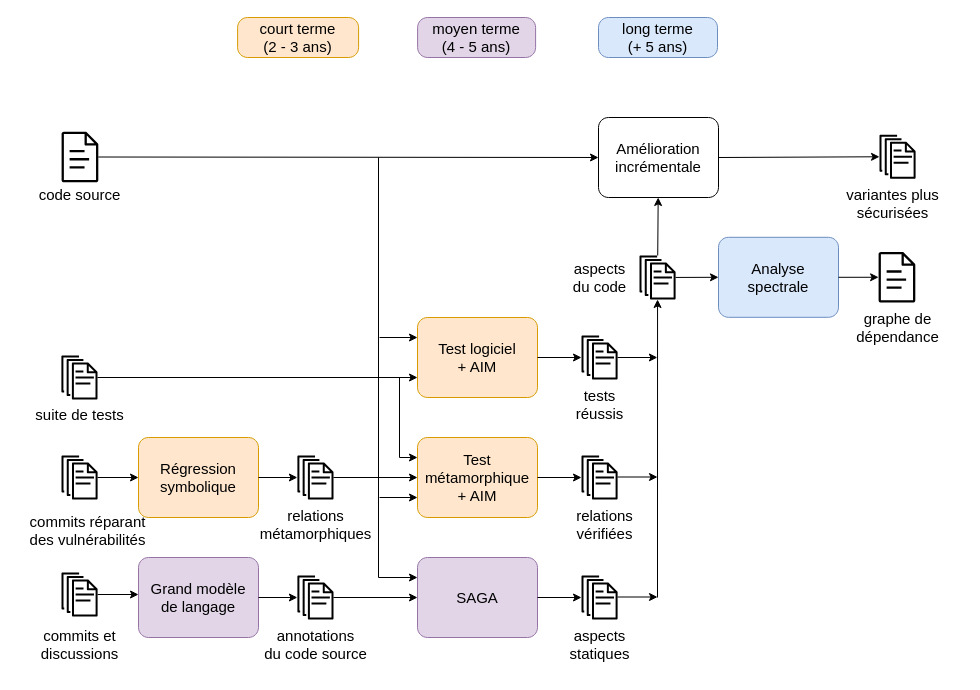
The draw.io diagram researchProject2026.drawio in yoann-marquer/Diagrams, before the edit. Source tidied: cells renumbered, new cells numbered last; positions are measured from the earlier drawing's top-left corner, leaving out a move shared by most shapes. Both pictures are drawn from the tidied source at 100%, with x=0, y=0 at pixel (17, 17).
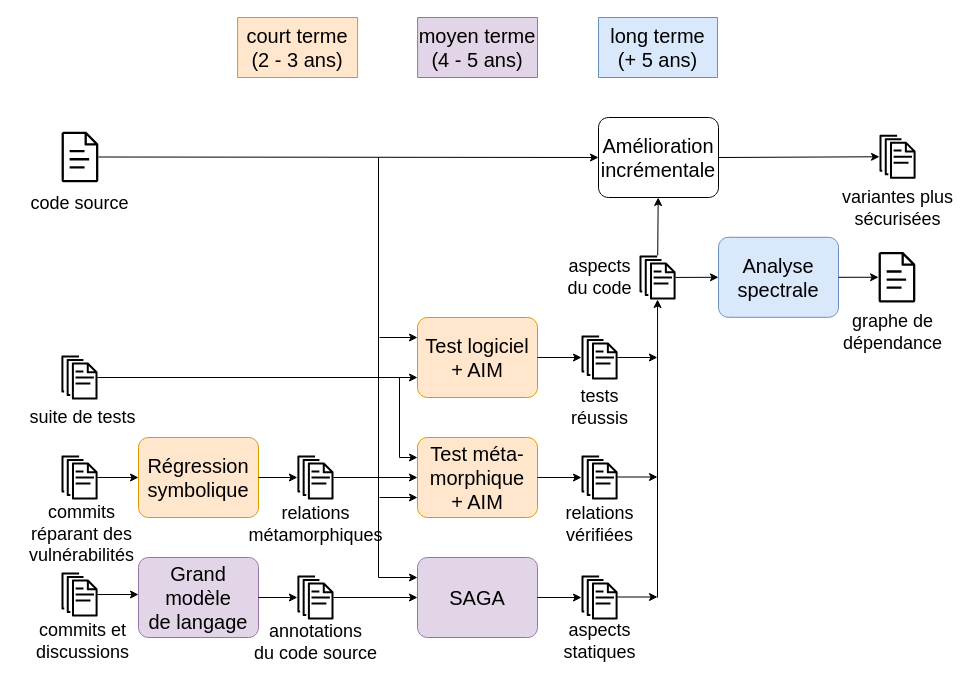
After the change.

Commit message:
texte plus gros

The edit, as a diff of the source:
```diff
@@
-    <mxCell id="3" value="&lt;div&gt;Amélioration&lt;/div&gt;&lt;div&gt;incrémentale&lt;/div&gt;" style="points=[[0.25,0,0],[0.5,0,0],[0.75,0,0],[1,0.25,0],[1,0.5,0],[1,0.75,0],[0.75,1,0],[0.5,1,0],[0.25,1,0],[0,0.75,0],[0,0.5,0],[0,0.25,0]];shape=mxgraph.bpmn.task;whiteSpace=wrap;rectStyle=rounded;size=10;html=1;taskMarker=abstract;fontSize=15;" parent="1" vertex="1">
+    <mxCell id="3" value="&lt;div&gt;&lt;font style=&quot;font-size: 20px;&quot;&gt;Amélioration&lt;/font&gt;&lt;/div&gt;&lt;div&gt;&lt;font style=&quot;font-size: 20px;&quot;&gt;incrémentale&lt;/font&gt;&lt;/div&gt;" style="points=[[0.25,0,0],[0.5,0,0],[0.75,0,0],[1,0.25,0],[1,0.5,0],[1,0.75,0],[0.75,1,0],[0.5,1,0],[0.25,1,0],[0,0.75,0],[0,0.5,0],[0,0.25,0]];shape=mxgraph.bpmn.task;whiteSpace=wrap;rectStyle=rounded;size=10;html=1;taskMarker=abstract;fontSize=15;" parent="1" vertex="1">
       <mxGeometry x="581" y="100" width="120" height="80" as="geometry" />
     </mxCell>
@@
-    <mxCell id="6" value="code source" style="text;html=1;align=center;verticalAlign=middle;strokeColor=none;fillColor=none;fontSize=15;" parent="1" vertex="1">
-      <mxGeometry x="7.4" y="161.5" width="110" height="30" as="geometry" />
+    <mxCell id="6" value="&lt;font style=&quot;font-size: 18px;&quot;&gt;code source&lt;/font&gt;" style="text;html=1;align=center;verticalAlign=middle;strokeColor=none;fillColor=none;fontSize=15;" parent="1" vertex="1">
+      <mxGeometry x="2" y="166.2" width="120" height="40" as="geometry" />
     </mxCell>
-    <mxCell id="7" value="&lt;div&gt;variantes plus&lt;/div&gt;&lt;div&gt;sécurisées&lt;/div&gt;" style="text;html=1;align=center;verticalAlign=middle;strokeColor=none;fillColor=none;fontSize=15;" parent="1" vertex="1">
-      <mxGeometry x="815" y="161.2" width="120" height="50" as="geometry" />
+    <mxCell id="7" value="&lt;div&gt;&lt;font style=&quot;font-size: 18px;&quot;&gt;variantes plus&lt;/font&gt;&lt;/div&gt;&lt;div&gt;&lt;font style=&quot;font-size: 18px;&quot;&gt;sécurisées&lt;/font&gt;&lt;/div&gt;" style="text;html=1;align=center;verticalAlign=middle;strokeColor=none;fillColor=none;fontSize=15;" parent="1" vertex="1">
+      <mxGeometry x="815" y="161.2" width="130" height="60" as="geometry" />
     </mxCell>
-    <mxCell id="8" value="Test logiciel&lt;br&gt;+ AIM" style="points=[[0.25,0,0],[0.5,0,0],[0.75,0,0],[1,0.25,0],[1,0.5,0],[1,0.75,0],[0.75,1,0],[0.5,1,0],[0.25,1,0],[0,0.75,0],[0,0.5,0],[0,0.25,0]];shape=mxgraph.bpmn.task;whiteSpace=wrap;rectStyle=rounded;size=10;html=1;taskMarker=abstract;strokeColor=#d79b00;fontSize=15;fillColor=#ffe6cc;" parent="1" vertex="1">
+    <mxCell id="8" value="&lt;font style=&quot;font-size: 20px;&quot;&gt;Test logiciel&lt;br&gt;+ AIM&lt;/font&gt;" style="points=[[0.25,0,0],[0.5,0,0],[0.75,0,0],[1,0.25,0],[1,0.5,0],[1,0.75,0],[0.75,1,0],[0.5,1,0],[0.25,1,0],[0,0.75,0],[0,0.5,0],[0,0.25,0]];shape=mxgraph.bpmn.task;whiteSpace=wrap;rectStyle=rounded;size=10;html=1;taskMarker=abstract;strokeColor=#d79b00;fontSize=15;fillColor=#ffe6cc;" parent="1" vertex="1">
       <mxGeometry x="400" y="300" width="120" height="80" as="geometry" />
     </mxCell>
@@
-    <mxCell id="11" value="suite de tests" style="text;html=1;align=center;verticalAlign=middle;strokeColor=none;fillColor=none;fontSize=15;" parent="1" vertex="1">
-      <mxGeometry x="7.4" y="382" width="110" height="30" as="geometry" />
+    <mxCell id="11" value="&lt;font style=&quot;font-size: 18px;&quot;&gt;suite de tests&lt;/font&gt;" style="text;html=1;align=center;verticalAlign=middle;strokeColor=none;fillColor=none;fontSize=15;" parent="1" vertex="1">
+      <mxGeometry y="380" width="130" height="40" as="geometry" />
     </mxCell>
-    <mxCell id="12" value="Test métamorphique&lt;br&gt;+ AIM" style="points=[[0.25,0,0],[0.5,0,0],[0.75,0,0],[1,0.25,0],[1,0.5,0],[1,0.75,0],[0.75,1,0],[0.5,1,0],[0.25,1,0],[0,0.75,0],[0,0.5,0],[0,0.25,0]];shape=mxgraph.bpmn.task;whiteSpace=wrap;rectStyle=rounded;size=10;html=1;taskMarker=abstract;strokeColor=#d79b00;fontSize=15;fillColor=#ffe6cc;" parent="1" vertex="1">
+    <mxCell id="12" value="&lt;font style=&quot;font-size: 20px;&quot;&gt;Test méta-morphique&lt;br&gt;+ AIM&lt;/font&gt;" style="points=[[0.25,0,0],[0.5,0,0],[0.75,0,0],[1,0.25,0],[1,0.5,0],[1,0.75,0],[0.75,1,0],[0.5,1,0],[0.25,1,0],[0,0.75,0],[0,0.5,0],[0,0.25,0]];shape=mxgraph.bpmn.task;whiteSpace=wrap;rectStyle=rounded;size=10;html=1;taskMarker=abstract;strokeColor=#d79b00;fontSize=15;fillColor=#ffe6cc;" parent="1" vertex="1">
       <mxGeometry x="400" y="420" width="120" height="80" as="geometry" />
     </mxCell>
@@
-    <mxCell id="15" value="&lt;div&gt;relations&lt;/div&gt;&lt;div&gt;métamorphiques&lt;/div&gt;" style="text;html=1;align=center;verticalAlign=middle;strokeColor=none;fillColor=none;fontSize=15;" parent="1" vertex="1">
-      <mxGeometry x="228" y="482" width="140" height="50" as="geometry" />
+    <mxCell id="15" value="&lt;div&gt;&lt;font style=&quot;font-size: 18px;&quot;&gt;relations&lt;/font&gt;&lt;/div&gt;&lt;div&gt;&lt;font style=&quot;font-size: 18px;&quot;&gt;métamorphiques&lt;/font&gt;&lt;/div&gt;" style="text;html=1;align=center;verticalAlign=middle;strokeColor=none;fillColor=none;fontSize=15;" parent="1" vertex="1">
+      <mxGeometry x="218" y="477" width="160" height="60" as="geometry" />
     </mxCell>
-    <mxCell id="16" value="Régression symbolique" style="points=[[0.25,0,0],[0.5,0,0],[0.75,0,0],[1,0.25,0],[1,0.5,0],[1,0.75,0],[0.75,1,0],[0.5,1,0],[0.25,1,0],[0,0.75,0],[0,0.5,0],[0,0.25,0]];shape=mxgraph.bpmn.task;whiteSpace=wrap;rectStyle=rounded;size=10;html=1;taskMarker=abstract;strokeColor=#d79b00;fontSize=15;fillColor=#ffe6cc;" parent="1" vertex="1">
+    <mxCell id="16" value="&lt;font style=&quot;font-size: 20px;&quot;&gt;Régression symbolique&lt;/font&gt;" style="points=[[0.25,0,0],[0.5,0,0],[0.75,0,0],[1,0.25,0],[1,0.5,0],[1,0.75,0],[0.75,1,0],[0.5,1,0],[0.25,1,0],[0,0.75,0],[0,0.5,0],[0,0.25,0]];shape=mxgraph.bpmn.task;whiteSpace=wrap;rectStyle=rounded;size=10;html=1;taskMarker=abstract;strokeColor=#d79b00;fontSize=15;fillColor=#ffe6cc;" parent="1" vertex="1">
       <mxGeometry x="121" y="420" width="120" height="80" as="geometry" />
     </mxCell>
@@
-    <mxCell id="20" value="&lt;div&gt;commits réparant&lt;/div&gt;&lt;div&gt;des vulnérabilités&lt;/div&gt;" style="text;html=1;align=center;verticalAlign=middle;strokeColor=none;fillColor=none;fontSize=15;" parent="1" vertex="1">
-      <mxGeometry y="488" width="140" height="50" as="geometry" />
+    <mxCell id="20" value="&lt;div&gt;&lt;font style=&quot;font-size: 18px;&quot;&gt;commits&lt;br&gt;réparant des&lt;br&gt;vulnérabilités&lt;/font&gt;&lt;/div&gt;" style="text;html=1;align=center;verticalAlign=middle;strokeColor=none;fillColor=none;fontSize=15;" parent="1" vertex="1">
+      <mxGeometry x="-0.6" y="477" width="130" height="80" as="geometry" />
     </mxCell>
@@
-    <mxCell id="22" value="&lt;div&gt;tests&lt;/div&gt;&lt;div&gt;réussis&lt;/div&gt;" style="text;html=1;align=center;verticalAlign=middle;strokeColor=none;fillColor=none;fontSize=15;" parent="1" vertex="1">
-      <mxGeometry x="547" y="362" width="70" height="50" as="geometry" />
+    <mxCell id="22" value="&lt;div&gt;&lt;font style=&quot;font-size: 18px;&quot;&gt;tests&lt;/font&gt;&lt;/div&gt;&lt;div&gt;&lt;font style=&quot;font-size: 18px;&quot;&gt;réussis&lt;/font&gt;&lt;/div&gt;" style="text;html=1;align=center;verticalAlign=middle;strokeColor=none;fillColor=none;fontSize=15;" parent="1" vertex="1">
+      <mxGeometry x="542" y="360" width="80" height="60" as="geometry" />
     </mxCell>
@@
-    <mxCell id="26" value="&lt;div&gt;relations&lt;/div&gt;&lt;div&gt;vérifiées&lt;/div&gt;" style="text;html=1;align=center;verticalAlign=middle;strokeColor=none;fillColor=none;fontSize=15;" parent="1" vertex="1">
-      <mxGeometry x="547" y="482" width="80" height="50" as="geometry" />
+    <mxCell id="26" value="&lt;div&gt;&lt;font style=&quot;font-size: 18px;&quot;&gt;relations&lt;/font&gt;&lt;/div&gt;&lt;div&gt;&lt;font style=&quot;font-size: 18px;&quot;&gt;vérifiées&lt;/font&gt;&lt;/div&gt;" style="text;html=1;align=center;verticalAlign=middle;strokeColor=none;fillColor=none;fontSize=15;" parent="1" vertex="1">
+      <mxGeometry x="537" y="477" width="90" height="60" as="geometry" />
     </mxCell>
@@
-    <mxCell id="28" value="SAGA" style="points=[[0.25,0,0],[0.5,0,0],[0.75,0,0],[1,0.25,0],[1,0.5,0],[1,0.75,0],[0.75,1,0],[0.5,1,0],[0.25,1,0],[0,0.75,0],[0,0.5,0],[0,0.25,0]];shape=mxgraph.bpmn.task;whiteSpace=wrap;rectStyle=rounded;size=10;html=1;taskMarker=abstract;strokeColor=#9673a6;fontSize=15;fillColor=#e1d5e7;" parent="1" vertex="1">
+    <mxCell id="28" value="&lt;font style=&quot;font-size: 20px;&quot;&gt;SAGA&lt;/font&gt;" style="points=[[0.25,0,0],[0.5,0,0],[0.75,0,0],[1,0.25,0],[1,0.5,0],[1,0.75,0],[0.75,1,0],[0.5,1,0],[0.25,1,0],[0,0.75,0],[0,0.5,0],[0,0.25,0]];shape=mxgraph.bpmn.task;whiteSpace=wrap;rectStyle=rounded;size=10;html=1;taskMarker=abstract;strokeColor=#9673a6;fontSize=15;fillColor=#e1d5e7;" parent="1" vertex="1">
       <mxGeometry x="400" y="540" width="120" height="80" as="geometry" />
     </mxCell>
@@
-    <mxCell id="31" value="&lt;div&gt;aspects&lt;/div&gt;&lt;div&gt;statiques&lt;/div&gt;" style="text;html=1;align=center;verticalAlign=middle;strokeColor=none;fillColor=none;fontSize=15;" parent="1" vertex="1">
-      <mxGeometry x="542" y="602" width="80" height="50" as="geometry" />
+    <mxCell id="31" value="&lt;div&gt;&lt;font style=&quot;font-size: 18px;&quot;&gt;aspects&lt;/font&gt;&lt;/div&gt;&lt;div&gt;&lt;font style=&quot;font-size: 18px;&quot;&gt;statiques&lt;/font&gt;&lt;/div&gt;" style="text;html=1;align=center;verticalAlign=middle;strokeColor=none;fillColor=none;fontSize=15;" parent="1" vertex="1">
+      <mxGeometry x="532" y="594" width="100" height="60" as="geometry" />
     </mxCell>
@@
-    <mxCell id="37" value="Analyse spectrale" style="points=[[0.25,0,0],[0.5,0,0],[0.75,0,0],[1,0.25,0],[1,0.5,0],[1,0.75,0],[0.75,1,0],[0.5,1,0],[0.25,1,0],[0,0.75,0],[0,0.5,0],[0,0.25,0]];shape=mxgraph.bpmn.task;whiteSpace=wrap;rectStyle=rounded;size=10;html=1;taskMarker=abstract;strokeColor=#6c8ebf;fontSize=15;fillColor=#dae8fc;" parent="1" vertex="1">
+    <mxCell id="37" value="&lt;font style=&quot;font-size: 20px;&quot;&gt;Analyse spectrale&lt;/font&gt;" style="points=[[0.25,0,0],[0.5,0,0],[0.75,0,0],[1,0.25,0],[1,0.5,0],[1,0.75,0],[0.75,1,0],[0.5,1,0],[0.25,1,0],[0,0.75,0],[0,0.5,0],[0,0.25,0]];shape=mxgraph.bpmn.task;whiteSpace=wrap;rectStyle=rounded;size=10;html=1;taskMarker=abstract;strokeColor=#6c8ebf;fontSize=15;fillColor=#dae8fc;" parent="1" vertex="1">
       <mxGeometry x="701" y="219.8" width="120" height="80" as="geometry" />
     </mxCell>
@@
-    <mxCell id="40" value="&lt;div&gt;aspects&lt;/div&gt;&lt;div&gt;du code&lt;/div&gt;" style="text;html=1;align=center;verticalAlign=middle;strokeColor=none;fillColor=none;fontSize=15;" parent="1" vertex="1">
-      <mxGeometry x="542" y="235.2" width="80" height="50" as="geometry" />
+    <mxCell id="40" value="&lt;div&gt;&lt;font style=&quot;font-size: 18px;&quot;&gt;aspects&lt;/font&gt;&lt;/div&gt;&lt;div&gt;&lt;font style=&quot;font-size: 18px;&quot;&gt;du code&lt;/font&gt;&lt;/div&gt;" style="text;html=1;align=center;verticalAlign=middle;strokeColor=none;fillColor=none;fontSize=15;" parent="1" vertex="1">
+      <mxGeometry x="537" y="230" width="90" height="60" as="geometry" />
     </mxCell>
@@
-    <mxCell id="43" value="&lt;div&gt;graphe de&lt;/div&gt;&lt;div&gt;dépendance&lt;/div&gt;" style="text;html=1;align=center;verticalAlign=middle;strokeColor=none;fillColor=none;fontSize=15;" parent="1" vertex="1">
-      <mxGeometry x="824.5" y="285" width="110" height="50" as="geometry" />
+    <mxCell id="43" value="&lt;div&gt;&lt;font style=&quot;font-size: 18px;&quot;&gt;graphe de&lt;/font&gt;&lt;/div&gt;&lt;div&gt;&lt;font style=&quot;font-size: 18px;&quot;&gt;dépendance&lt;/font&gt;&lt;/div&gt;" style="text;html=1;align=center;verticalAlign=middle;strokeColor=none;fillColor=none;fontSize=15;" parent="1" vertex="1">
+      <mxGeometry x="815" y="285" width="120" height="60" as="geometry" />
     </mxCell>
@@
-    <mxCell id="46" value="&lt;div&gt;court terme&lt;/div&gt;&lt;div&gt;(2 - 3 ans)&lt;/div&gt;" style="shape=mxgraph.bpmn.task;whiteSpace=wrap;rectStyle=rounded;size=10;html=1;taskMarker=abstract;strokeColor=#d79b00;fontSize=15;fillColor=#ffe6cc;" parent="1" vertex="1">
-      <mxGeometry x="220.1" width="121" height="40" as="geometry" />
+    <mxCell id="46" value="&lt;div&gt;&lt;font style=&quot;font-size: 20px;&quot;&gt;court terme&lt;/font&gt;&lt;/div&gt;&lt;div&gt;&lt;font style=&quot;font-size: 20px;&quot;&gt;(2 - 3 ans)&lt;/font&gt;&lt;/div&gt;" style="shape=mxgraph.bpmn.task;whiteSpace=wrap;rectStyle=square;size=10;html=1;taskMarker=abstract;strokeColor=#d79b00;fontSize=15;fillColor=#ffe6cc;" parent="1" vertex="1">
+      <mxGeometry x="220.1" width="120" height="60" as="geometry" />
     </mxCell>
-    <mxCell id="47" value="&lt;div&gt;moyen terme&lt;/div&gt;&lt;div&gt;(4 - 5 ans)&lt;/div&gt;" style="shape=mxgraph.bpmn.task;whiteSpace=wrap;rectStyle=rounded;size=10;html=1;taskMarker=abstract;strokeColor=#9673a6;fontSize=15;fillColor=#e1d5e7;" parent="1" vertex="1">
-      <mxGeometry x="400.1" width="118" height="40" as="geometry" />
+    <mxCell id="47" value="&lt;div&gt;&lt;font style=&quot;font-size: 20px;&quot;&gt;moyen terme&lt;/font&gt;&lt;/div&gt;&lt;div&gt;&lt;font style=&quot;font-size: 20px;&quot;&gt;(4 - 5 ans)&lt;/font&gt;&lt;/div&gt;" style="shape=mxgraph.bpmn.task;whiteSpace=wrap;rectStyle=square;size=10;html=1;taskMarker=abstract;strokeColor=#9673a6;fontSize=15;fillColor=#e1d5e7;" parent="1" vertex="1">
+      <mxGeometry x="400.1" width="119.9" height="60" as="geometry" />
     </mxCell>
-    <mxCell id="48" value="&lt;div&gt;long terme&lt;/div&gt;&lt;div&gt;(+ 5 ans)&lt;/div&gt;" style="shape=mxgraph.bpmn.task;whiteSpace=wrap;rectStyle=rounded;size=10;html=1;taskMarker=abstract;strokeColor=#6c8ebf;fontSize=15;fillColor=#dae8fc;" parent="1" vertex="1">
-      <mxGeometry x="581" width="119" height="40" as="geometry" />
+    <mxCell id="48" value="&lt;div&gt;&lt;font style=&quot;font-size: 20px;&quot;&gt;long terme&lt;/font&gt;&lt;/div&gt;&lt;div&gt;&lt;font style=&quot;font-size: 20px;&quot;&gt;(+ 5 ans)&lt;/font&gt;&lt;/div&gt;" style="shape=mxgraph.bpmn.task;whiteSpace=wrap;rectStyle=square;size=10;html=1;taskMarker=abstract;strokeColor=#6c8ebf;fontSize=15;fillColor=#dae8fc;" parent="1" vertex="1">
+      <mxGeometry x="581" width="119" height="60" as="geometry" />
     </mxCell>
@@
-    <mxCell id="53" value="annotations&lt;div&gt;du code source&lt;/div&gt;" style="text;html=1;align=center;verticalAlign=middle;strokeColor=none;fillColor=none;fontSize=15;" parent="1" vertex="1">
-      <mxGeometry x="233" y="602" width="130" height="50" as="geometry" />
+    <mxCell id="53" value="&lt;font style=&quot;font-size: 18px;&quot;&gt;annotations&lt;/font&gt;&lt;div&gt;&lt;font style=&quot;font-size: 18px;&quot;&gt;du code source&lt;/font&gt;&lt;/div&gt;" style="text;html=1;align=center;verticalAlign=middle;strokeColor=none;fillColor=none;fontSize=15;" parent="1" vertex="1">
+      <mxGeometry x="223" y="595" width="150" height="60" as="geometry" />
     </mxCell>
-    <mxCell id="54" value="&lt;div&gt;Grand modèle&lt;/div&gt;&lt;div&gt;de langage&lt;/div&gt;" style="points=[[0.25,0,0],[0.5,0,0],[0.75,0,0],[1,0.25,0],[1,0.5,0],[1,0.75,0],[0.75,1,0],[0.5,1,0],[0.25,1,0],[0,0.75,0],[0,0.5,0],[0,0.25,0]];shape=mxgraph.bpmn.task;whiteSpace=wrap;rectStyle=rounded;size=10;html=1;taskMarker=abstract;strokeColor=#9673a6;fontSize=15;fillColor=#e1d5e7;" parent="1" vertex="1">
+    <mxCell id="54" value="&lt;div&gt;&lt;font style=&quot;font-size: 20px;&quot;&gt;Grand modèle&lt;/font&gt;&lt;/div&gt;&lt;div&gt;&lt;font style=&quot;font-size: 20px;&quot;&gt;de langage&lt;/font&gt;&lt;/div&gt;" style="points=[[0.25,0,0],[0.5,0,0],[0.75,0,0],[1,0.25,0],[1,0.5,0],[1,0.75,0],[0.75,1,0],[0.5,1,0],[0.25,1,0],[0,0.75,0],[0,0.5,0],[0,0.25,0]];shape=mxgraph.bpmn.task;whiteSpace=wrap;rectStyle=rounded;size=10;html=1;taskMarker=abstract;strokeColor=#9673a6;fontSize=15;fillColor=#e1d5e7;" parent="1" vertex="1">
       <mxGeometry x="121" y="540" width="120" height="80" as="geometry" />
     </mxCell>
@@
-    <mxCell id="58" value="&lt;div&gt;commits et&lt;/div&gt;&lt;div&gt;discussions&lt;/div&gt;" style="text;html=1;align=center;verticalAlign=middle;strokeColor=none;fillColor=none;fontSize=15;" parent="1" vertex="1">
-      <mxGeometry x="12.4" y="602" width="100" height="50" as="geometry" />
+    <mxCell id="58" value="&lt;div&gt;&lt;font style=&quot;font-size: 18px;&quot;&gt;commits et&lt;/font&gt;&lt;/div&gt;&lt;div&gt;&lt;font style=&quot;font-size: 18px;&quot;&gt;discussions&lt;/font&gt;&lt;/div&gt;" style="text;html=1;align=center;verticalAlign=middle;strokeColor=none;fillColor=none;fontSize=15;" parent="1" vertex="1">
+      <mxGeometry x="5" y="594" width="120" height="60" as="geometry" />
     </mxCell>
```
